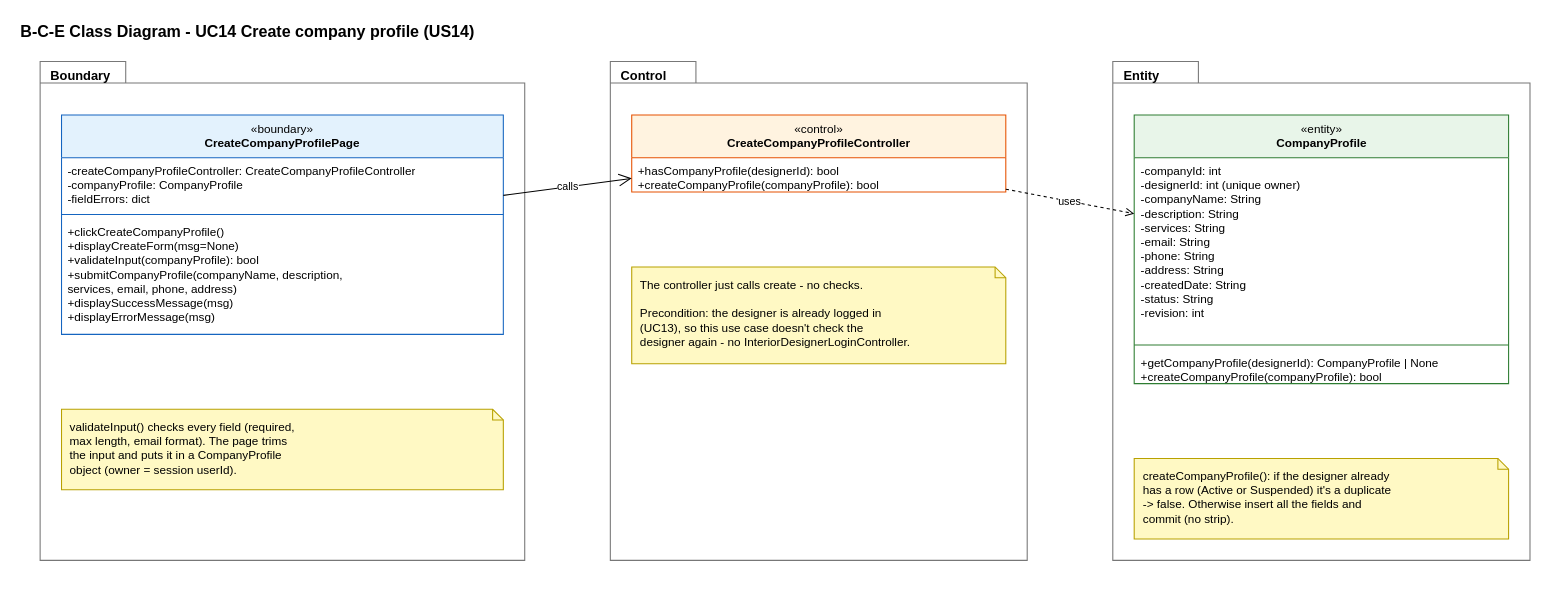
This is page "5 BCE Class Diagram" (7 of 8) of Sprint_2/US14 - Create Company Profile/US14 Create company profile.drawio from Hanzxc/CSIT314-ARCHSS, a draw.io file, before an edit. Source tidied: cells renumbered, new cells numbered last; positions are measured from the earlier drawing's top-left corner, leaving out a move shared by most shapes. Both pictures are drawn from the tidied source at 107%, with x=0, y=0 at pixel (18, 18).
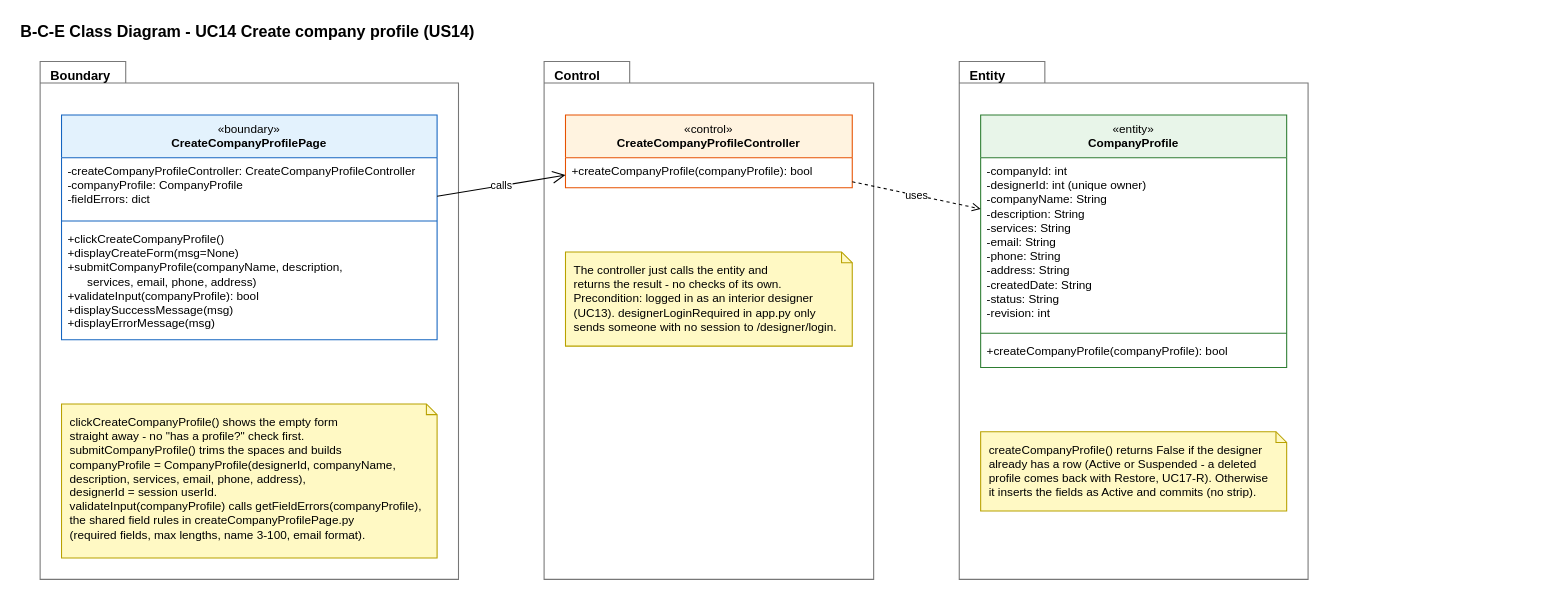
The same diagram, later.

Diff of the diagram source:
```diff
@@
     <mxCell id="2" value="&lt;b&gt;B-C-E Class Diagram - UC14 Create company profile (US14)&lt;/b&gt;" style="text;html=1;strokeColor=none;fillColor=none;align=left;verticalAlign=middle;whiteSpace=nowrap;fontSize=15;fontColor=#000000;" parent="1" vertex="1">
-      <mxGeometry width="531.6" height="24" as="geometry" />
+      <mxGeometry width="437" height="24" as="geometry" />
     </mxCell>
     <mxCell id="3" value="&lt;b&gt;Boundary&lt;/b&gt;" style="shape=folder;tabWidth=80;tabHeight=20;tabPosition=left;html=1;verticalAlign=top;align=left;spacingLeft=8;spacingTop=0;fillColor=none;fontSize=12;strokeColor=#777777;fontColor=#000000;" parent="1" vertex="1">
-      <mxGeometry x="20" y="40" width="452.9" height="466.2" as="geometry" />
+      <mxGeometry x="20" y="40" width="391" height="484" as="geometry" />
     </mxCell>
     <mxCell id="4" value="«boundary»&lt;br&gt;&lt;b&gt;CreateCompanyProfilePage&lt;/b&gt;" style="swimlane;fontStyle=0;align=center;verticalAlign=top;horizontal=1;startSize=40;html=1;whiteSpace=wrap;fontSize=11;fillColor=#E3F2FD;strokeColor=#1565C0;swimlaneFillColor=#FFFFFF;fontColor=#000000;" parent="1" vertex="1">
-      <mxGeometry x="40" y="90" width="412.9" height="205" as="geometry" />
+      <mxGeometry x="40" y="90" width="351" height="210" as="geometry" />
     </mxCell>
     <mxCell id="5" value="-createCompanyProfileController: CreateCompanyProfileController&lt;br&gt;-companyProfile: CompanyProfile&lt;br&gt;-fieldErrors: dict" style="text;strokeColor=none;fillColor=none;align=left;verticalAlign=top;spacingLeft=4;spacingRight=4;overflow=hidden;whiteSpace=nowrap;html=1;fontSize=11;fontColor=#000000;" parent="4" vertex="1">
-      <mxGeometry y="40" width="412.9" height="49" as="geometry" />
+      <mxGeometry y="40" width="351" height="55" as="geometry" />
     </mxCell>
     <mxCell id="6" style="line;strokeWidth=1;fillColor=none;align=left;verticalAlign=middle;spacingTop=-1;spacingLeft=3;spacingRight=3;labelPosition=right;strokeColor=#1565C0;fontColor=#000000;" parent="4" vertex="1">
-      <mxGeometry y="89" width="412.9" height="8" as="geometry" />
+      <mxGeometry y="95" width="351" height="8" as="geometry" />
     </mxCell>
-    <mxCell id="7" value="+clickCreateCompanyProfile()&lt;br&gt;+displayCreateForm(msg=None)&lt;br&gt;+validateInput(companyProfile): bool&lt;br&gt;+submitCompanyProfile(companyName, description,&lt;br&gt;        services, email, phone, address)&lt;br&gt;+displaySuccessMessage(msg)&lt;br&gt;+displayErrorMessage(msg)" style="text;strokeColor=none;fillColor=none;align=left;verticalAlign=top;spacingLeft=4;spacingRight=4;overflow=hidden;whiteSpace=nowrap;html=1;fontSize=11;fontColor=#000000;" parent="4" vertex="1">
-      <mxGeometry y="97" width="412.9" height="108" as="geometry" />
+    <mxCell id="7" value="+clickCreateCompanyProfile()&lt;br&gt;+displayCreateForm(msg=None)&lt;br&gt;+submitCompanyProfile(companyName, description,&lt;br&gt;      services, email, phone, address)&lt;br&gt;+validateInput(companyProfile): bool&lt;br&gt;+displaySuccessMessage(msg)&lt;br&gt;+displayErrorMessage(msg)" style="text;strokeColor=none;fillColor=none;align=left;verticalAlign=top;spacingLeft=4;spacingRight=4;overflow=hidden;whiteSpace=nowrap;html=1;fontSize=11;fontColor=#000000;" parent="4" vertex="1">
+      <mxGeometry y="103" width="351" height="107" as="geometry" />
     </mxCell>
-    <mxCell id="8" value="validateInput() checks every field (required,&lt;br&gt;max length, email format). The page trims&lt;br&gt;the input and puts it in a CompanyProfile&lt;br&gt;object (owner = session userId)." style="shape=note;whiteSpace=wrap;html=1;size=10;fillColor=#FFF9C4;strokeColor=#B8A100;align=left;verticalAlign=top;spacingLeft=6;spacingRight=4;spacingTop=4;fontSize=11;fontColor=#000000;" parent="1" vertex="1">
-      <mxGeometry x="40" y="365" width="412.9" height="75.2" as="geometry" />
+    <mxCell id="8" value="clickCreateCompanyProfile() shows the empty form&lt;br&gt;straight away - no &quot;has a profile?&quot; check first.&lt;br&gt;submitCompanyProfile() trims the spaces and builds&lt;br&gt;companyProfile = CompanyProfile(designerId, companyName,&lt;br&gt;description, services, email, phone, address),&lt;br&gt;designerId = session userId.&lt;br&gt;validateInput(companyProfile) calls getFieldErrors(companyProfile),&lt;br&gt;the shared field rules in createCompanyProfilePage.py&lt;br&gt;(required fields, max lengths, name 3-100, email format)." style="shape=note;whiteSpace=wrap;html=1;size=10;fillColor=#FFF9C4;strokeColor=#B8A100;align=left;verticalAlign=top;spacingLeft=6;spacingRight=4;spacingTop=4;fontSize=11;fontColor=#000000;" parent="1" vertex="1">
+      <mxGeometry x="40" y="360" width="351" height="144" as="geometry" />
     </mxCell>
     <mxCell id="9" value="&lt;b&gt;Control&lt;/b&gt;" style="shape=folder;tabWidth=80;tabHeight=20;tabPosition=left;html=1;verticalAlign=top;align=left;spacingLeft=8;spacingTop=0;fillColor=none;fontSize=12;strokeColor=#777777;fontColor=#000000;" parent="1" vertex="1">
-      <mxGeometry x="552.9" y="40" width="389.6" height="466.2" as="geometry" />
+      <mxGeometry x="491" y="40" width="308" height="484" as="geometry" />
     </mxCell>
     <mxCell id="10" value="«control»&lt;br&gt;&lt;b&gt;CreateCompanyProfileController&lt;/b&gt;" style="swimlane;fontStyle=0;align=center;verticalAlign=top;horizontal=1;startSize=40;html=1;whiteSpace=wrap;fontSize=11;fillColor=#FFF3E0;strokeColor=#E65100;swimlaneFillColor=#FFFFFF;fontColor=#000000;" parent="1" vertex="1">
-      <mxGeometry x="572.9" y="90" width="349.6" height="72" as="geometry" />
+      <mxGeometry x="511" y="90" width="268" height="68" as="geometry" />
     </mxCell>
-    <mxCell id="11" value="+hasCompanyProfile(designerId): bool&lt;br&gt;+createCompanyProfile(companyProfile): bool" style="text;strokeColor=none;fillColor=none;align=left;verticalAlign=top;spacingLeft=4;spacingRight=4;overflow=hidden;whiteSpace=nowrap;html=1;fontSize=11;fontColor=#000000;" parent="10" vertex="1">
-      <mxGeometry y="40" width="349.6" height="32" as="geometry" />
+    <mxCell id="11" value="+createCompanyProfile(companyProfile): bool" style="text;strokeColor=none;fillColor=none;align=left;verticalAlign=top;spacingLeft=4;spacingRight=4;overflow=hidden;whiteSpace=nowrap;html=1;fontSize=11;fontColor=#000000;" parent="10" vertex="1">
+      <mxGeometry y="40" width="268" height="28" as="geometry" />
     </mxCell>
-    <mxCell id="12" value="The controller just calls create - no checks.&lt;br&gt;&lt;br&gt;Precondition: the designer is already logged in&lt;br&gt;(UC13), so this use case doesn't check the&lt;br&gt;designer again - no InteriorDesignerLoginController." style="shape=note;whiteSpace=wrap;html=1;size=10;fillColor=#FFF9C4;strokeColor=#B8A100;align=left;verticalAlign=top;spacingLeft=6;spacingRight=4;spacingTop=4;fontSize=11;fontColor=#000000;" parent="1" vertex="1">
-      <mxGeometry x="572.9" y="232" width="349.6" height="90.5" as="geometry" />
+    <mxCell id="12" value="The controller just calls the entity and&lt;br&gt;returns the result - no checks of its own.&lt;br&gt;Precondition: logged in as an interior designer&lt;br&gt;(UC13). designerLoginRequired in app.py only&lt;br&gt;sends someone with no session to /designer/login." style="shape=note;whiteSpace=wrap;html=1;size=10;fillColor=#FFF9C4;strokeColor=#B8A100;align=left;verticalAlign=top;spacingLeft=6;spacingRight=4;spacingTop=4;fontSize=11;fontColor=#000000;" parent="1" vertex="1">
+      <mxGeometry x="511" y="218" width="268" height="88" as="geometry" />
     </mxCell>
     <mxCell id="13" value="&lt;b&gt;Entity&lt;/b&gt;" style="shape=folder;tabWidth=80;tabHeight=20;tabPosition=left;html=1;verticalAlign=top;align=left;spacingLeft=8;spacingTop=0;fillColor=none;fontSize=12;strokeColor=#777777;fontColor=#000000;" parent="1" vertex="1">
-      <mxGeometry x="1022.5" y="40" width="389.9" height="466.2" as="geometry" />
+      <mxGeometry x="879" y="40" width="326" height="484" as="geometry" />
     </mxCell>
     <mxCell id="14" value="«entity»&lt;br&gt;&lt;b&gt;CompanyProfile&lt;/b&gt;" style="swimlane;fontStyle=0;align=center;verticalAlign=top;horizontal=1;startSize=40;html=1;whiteSpace=wrap;fontSize=11;fillColor=#E8F5E9;strokeColor=#2E7D32;swimlaneFillColor=#FFFFFF;fontColor=#000000;" parent="1" vertex="1">
-      <mxGeometry x="1042.5" y="90" width="349.9" height="251" as="geometry" />
+      <mxGeometry x="899" y="90" width="286" height="236" as="geometry" />
     </mxCell>
     <mxCell id="15" value="-companyId: int&lt;br&gt;-designerId: int (unique owner)&lt;br&gt;-companyName: String&lt;br&gt;-description: String&lt;br&gt;-services: String&lt;br&gt;-email: String&lt;br&gt;-phone: String&lt;br&gt;-address: String&lt;br&gt;-createdDate: String&lt;br&gt;-status: String&lt;br&gt;-revision: int" style="text;strokeColor=none;fillColor=none;align=left;verticalAlign=top;spacingLeft=4;spacingRight=4;overflow=hidden;whiteSpace=nowrap;html=1;fontSize=11;fontColor=#000000;" parent="14" vertex="1">
-      <mxGeometry y="40" width="349.9" height="171" as="geometry" />
+      <mxGeometry y="40" width="286" height="160" as="geometry" />
     </mxCell>
     <mxCell id="16" style="line;strokeWidth=1;fillColor=none;align=left;verticalAlign=middle;spacingTop=-1;spacingLeft=3;spacingRight=3;labelPosition=right;strokeColor=#2E7D32;fontColor=#000000;" parent="14" vertex="1">
-      <mxGeometry y="211" width="349.9" height="8" as="geometry" />
+      <mxGeometry y="200" width="286" height="8" as="geometry" />
     </mxCell>
-    <mxCell id="17" value="+getCompanyProfile(designerId): CompanyProfile | None&lt;br&gt;+createCompanyProfile(companyProfile): bool" style="text;strokeColor=none;fillColor=none;align=left;verticalAlign=top;spacingLeft=4;spacingRight=4;overflow=hidden;whiteSpace=nowrap;html=1;fontSize=11;fontColor=#000000;" parent="14" vertex="1">
-      <mxGeometry y="219" width="349.9" height="32" as="geometry" />
+    <mxCell id="17" value="+createCompanyProfile(companyProfile): bool" style="text;strokeColor=none;fillColor=none;align=left;verticalAlign=top;spacingLeft=4;spacingRight=4;overflow=hidden;whiteSpace=nowrap;html=1;fontSize=11;fontColor=#000000;" parent="14" vertex="1">
+      <mxGeometry y="208" width="286" height="28" as="geometry" />
     </mxCell>
-    <mxCell id="18" value="createCompanyProfile(): if the designer already&lt;br&gt;has a row (Active or Suspended) it's a duplicate&lt;br&gt;-&gt; false. Otherwise insert all the fields and&lt;br&gt;commit (no strip)." style="shape=note;whiteSpace=wrap;html=1;size=10;fillColor=#FFF9C4;strokeColor=#B8A100;align=left;verticalAlign=top;spacingLeft=6;spacingRight=4;spacingTop=4;fontSize=11;fontColor=#000000;" parent="1" vertex="1">
-      <mxGeometry x="1042.5" y="411" width="349.9" height="75.2" as="geometry" />
+    <mxCell id="18" value="createCompanyProfile() returns False if the designer&lt;br&gt;already has a row (Active or Suspended - a deleted&lt;br&gt;profile comes back with Restore, UC17-R). Otherwise&lt;br&gt;it inserts the fields as Active and commits (no strip)." style="shape=note;whiteSpace=wrap;html=1;size=10;fillColor=#FFF9C4;strokeColor=#B8A100;align=left;verticalAlign=top;spacingLeft=6;spacingRight=4;spacingTop=4;fontSize=11;fontColor=#000000;" parent="1" vertex="1">
+      <mxGeometry x="899" y="386" width="286" height="74" as="geometry" />
     </mxCell>
```
